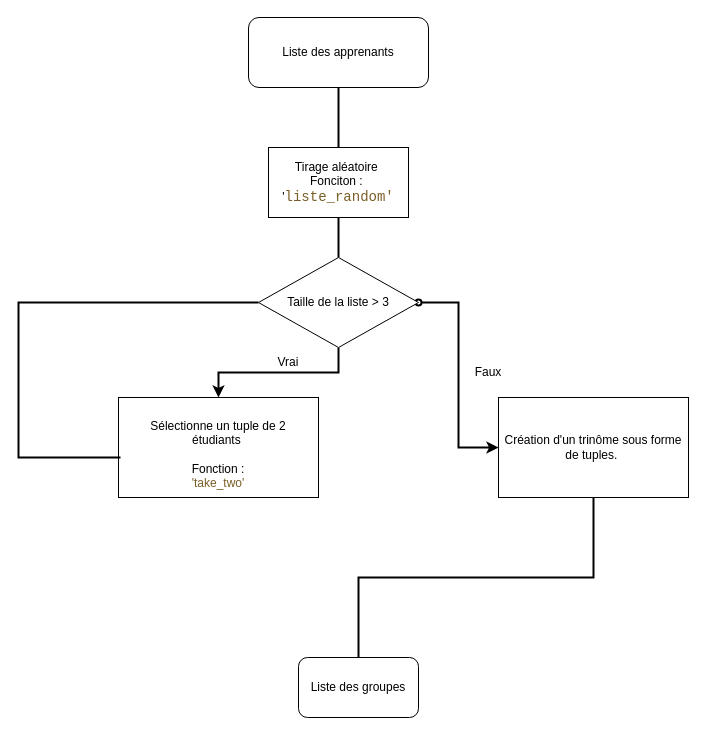
Before: page "Page-1" (1 of 2) of Diagramme Binomotron.drawio in julienAboutard/Binomotron, a draw.io diagram. Source tidied: cells renumbered, new cells numbered last; positions are measured from the earlier drawing's top-left corner, leaving out a move shared by most shapes. Both pictures are drawn from the tidied source at 100%, with x=0, y=0 at pixel (18, 17).
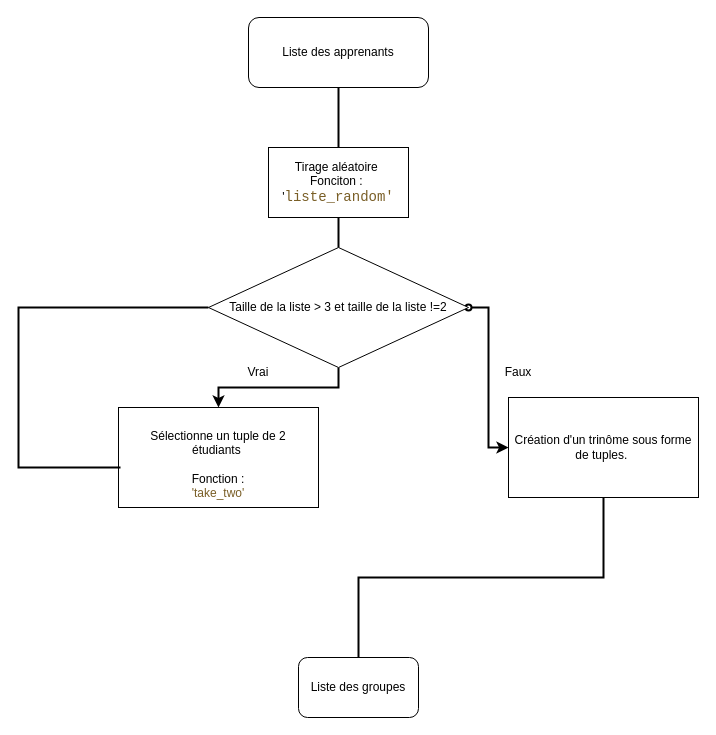
After the change.

Commit message:
Mettre à jour Diagramme Binomotron.drawio

Change to the diagram source:
```diff
@@
     <mxCell id="6" style="edgeStyle=orthogonalEdgeStyle;rounded=0;jettySize=auto;html=1;exitX=1;exitY=0.5;exitDx=0;exitDy=0;entryX=0;entryY=0.5;entryDx=0;entryDy=0;fontColor=#795E26;startArrow=oval;startFill=0;strokeWidth=2;" parent="1" edge="1" source="7" target="13">
-      <mxGeometry relative="1" as="geometry" />
+      <mxGeometry relative="1" as="geometry">
+        <Array as="points">
+          <mxPoint x="470" y="290" />
+          <mxPoint x="470" y="430" />
+        </Array>
+      </mxGeometry>
     </mxCell>
-    <mxCell id="7" value="Taille de la liste &amp;gt; 3" style="rhombus;whiteSpace=wrap;html=1;" parent="1" vertex="1">
-      <mxGeometry x="240" y="240" width="160" height="90" as="geometry" />
+    <mxCell id="7" value="Taille de la liste &amp;gt; 3 et taille de la liste !=2" style="rhombus;whiteSpace=wrap;html=1;" parent="1" vertex="1">
+      <mxGeometry x="190" y="230" width="260" height="120" as="geometry" />
     </mxCell>
     <mxCell id="8" value="&lt;br&gt;Sélectionne un tuple de 2&lt;br&gt;étudiants&amp;nbsp;&lt;br&gt;&lt;br&gt;Fonction :&lt;br&gt;&lt;font color=&quot;#795e26&quot;&gt;'take_two'&lt;/font&gt;" style="rounded=0;whiteSpace=wrap;html=1;" parent="1" vertex="1">
-      <mxGeometry x="100" y="380" width="200" height="100" as="geometry" />
+      <mxGeometry x="100" y="390" width="200" height="100" as="geometry" />
     </mxCell>
@@
     <mxCell id="11" value="Vrai" style="text;html=1;strokeColor=none;fillColor=none;align=center;verticalAlign=middle;whiteSpace=wrap;rounded=0;" parent="1" vertex="1">
-      <mxGeometry x="240" y="330" width="60" height="30" as="geometry" />
+      <mxGeometry x="210" y="340" width="60" height="30" as="geometry" />
     </mxCell>
@@
     <mxCell id="13" value="&lt;font color=&quot;#000000&quot;&gt;Création d'un trinôme sous forme de tuples.&amp;nbsp;&lt;/font&gt;" style="rounded=0;whiteSpace=wrap;html=1;fontColor=#795E26;" parent="1" vertex="1">
-      <mxGeometry x="480" y="380" width="190" height="100" as="geometry" />
+      <mxGeometry x="490" y="380" width="190" height="100" as="geometry" />
     </mxCell>
     <mxCell id="14" value="Faux" style="text;html=1;strokeColor=none;fillColor=none;align=center;verticalAlign=middle;whiteSpace=wrap;rounded=0;fontColor=#000000;" parent="1" vertex="1">
-      <mxGeometry x="440" y="340" width="60" height="30" as="geometry" />
+      <mxGeometry x="470" y="340" width="60" height="30" as="geometry" />
     </mxCell>
     <mxCell id="15" style="endArrow=none;html=1;rounded=0;entryX=0.01;entryY=0.6;entryDx=0;entryDy=0;entryPerimeter=0;exitX=0;exitY=0.5;exitDx=0;exitDy=0;strokeWidth=2;" parent="1" edge="1" source="7" target="8">
       <mxGeometry relative="1" as="geometry">
         <Array as="points">
-          <mxPoint y="285" />
-          <mxPoint y="440" />
-          <mxPoint x="80" y="440" />
+          <mxPoint y="290" />
+          <mxPoint y="450" />
         </Array>
       </mxGeometry>
     </mxCell>
```
